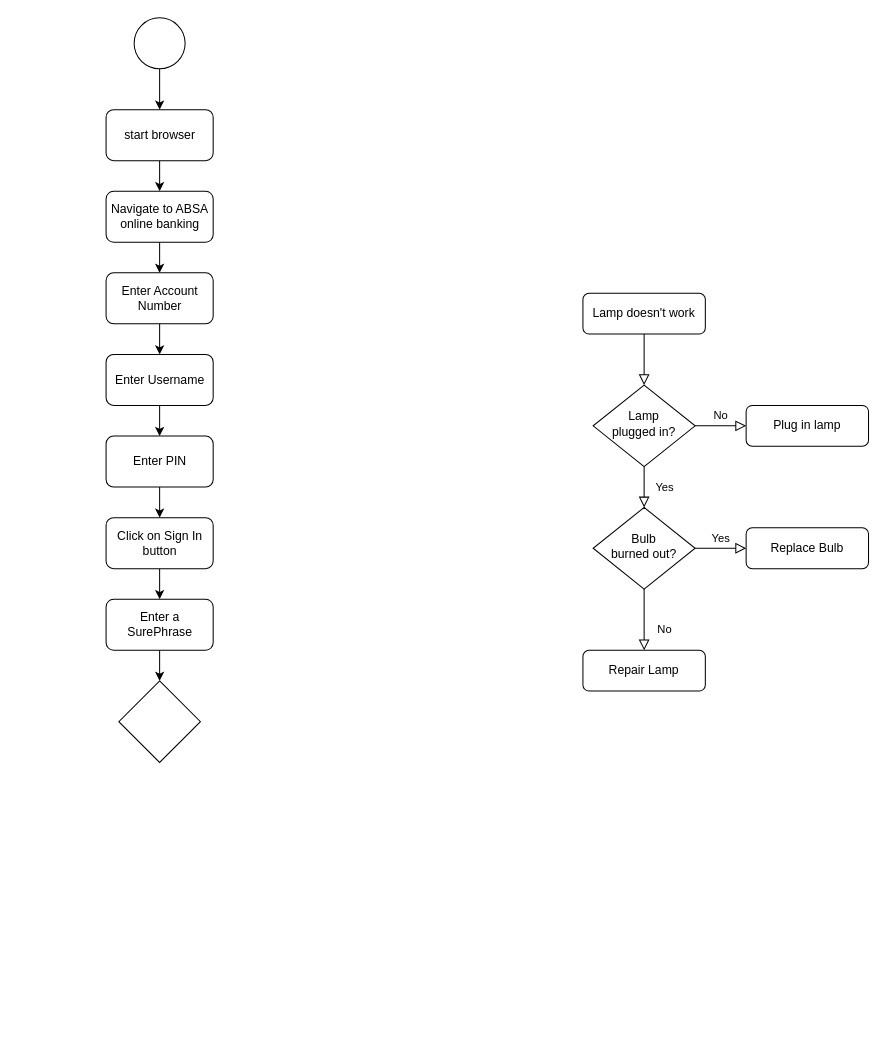
Earlier version of the draw.io diagram synthesis-bank-strategies.drawio (Burning-Bush-Ministries/bbm-api). Source tidied: cells renumbered, new cells numbered last; positions are measured from the earlier drawing's top-left corner, leaving out a move shared by most shapes. Both pictures are drawn from the tidied source at 102%, with x=0, y=0 at pixel (105, 17).
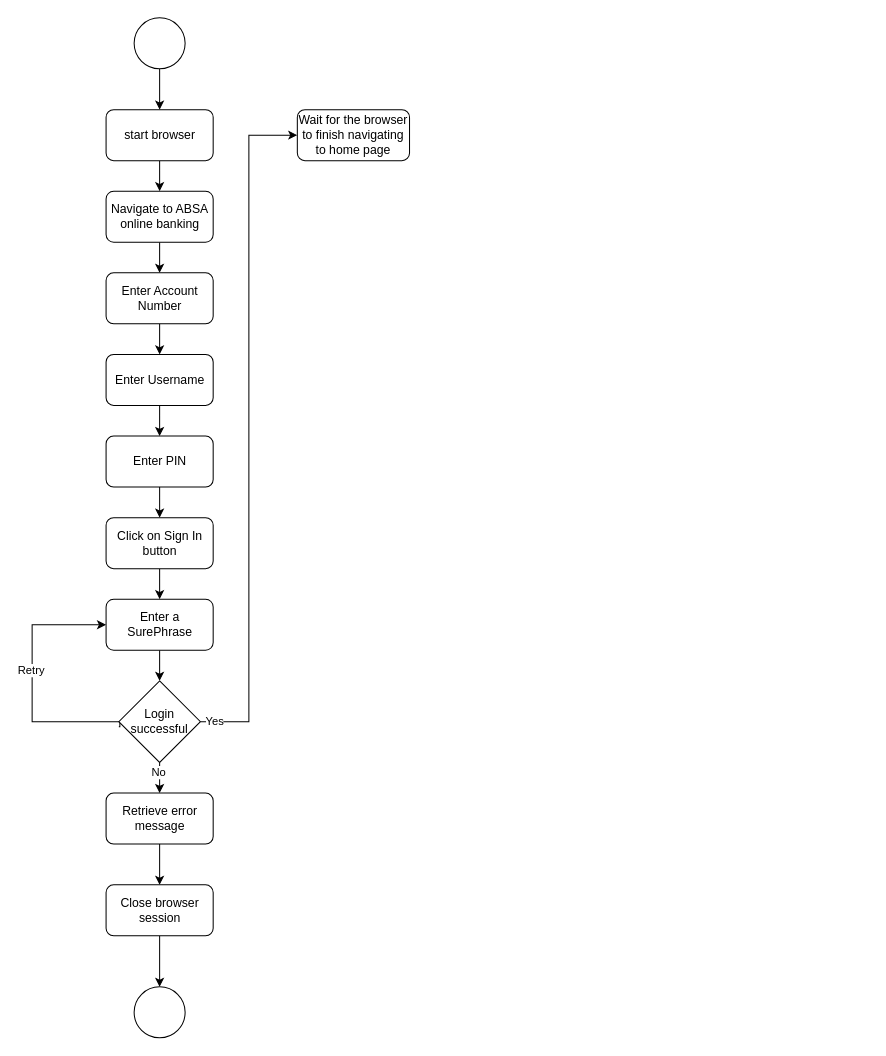
The same diagram, later.

Unchanged cells that the change refers to:
```xml
<mxCell id="28" value="Enter a SurePhrase" style="rounded=1;whiteSpace=wrap;html=1;" parent="1" vertex="1">
  <mxGeometry x="0.5" y="570" width="105" height="50" as="geometry" />
</mxCell>
```

The edit, as a diff of the source:
```diff
@@
-    <mxCell id="2" style="rounded=0;html=1;jettySize=auto;fontSize=11;endArrow=block;endFill=0;endSize=8;strokeWidth=1;shadow=0;labelBackgroundColor=none;edgeStyle=orthogonalEdgeStyle;" parent="1" edge="1" source="3" target="6">
-      <mxGeometry relative="1" as="geometry" />
-    </mxCell>
-    <mxCell id="3" value="Lamp doesn't work" style="rounded=1;whiteSpace=wrap;html=1;fontSize=12;glass=0;strokeWidth=1;shadow=0;" parent="1" vertex="1">
-      <mxGeometry x="468" y="270" width="120" height="40" as="geometry" />
-    </mxCell>
-    <mxCell id="4" value="Yes" style="rounded=0;html=1;jettySize=auto;fontSize=11;endArrow=block;endFill=0;endSize=8;strokeWidth=1;shadow=0;labelBackgroundColor=none;edgeStyle=orthogonalEdgeStyle;" parent="1" edge="1" source="6" target="10">
-      <mxGeometry y="20" relative="1" as="geometry" />
-    </mxCell>
-    <mxCell id="5" value="No" style="edgeStyle=orthogonalEdgeStyle;rounded=0;html=1;jettySize=auto;fontSize=11;endArrow=block;endFill=0;endSize=8;strokeWidth=1;shadow=0;labelBackgroundColor=none;" parent="1" edge="1" source="6" target="7">
-      <mxGeometry y="10" relative="1" as="geometry" />
-    </mxCell>
-    <mxCell id="6" value="Lamp&lt;br&gt;plugged in?" style="rhombus;whiteSpace=wrap;html=1;shadow=0;fontFamily=Helvetica;fontSize=12;align=center;strokeWidth=1;spacing=6;spacingTop=-4;" parent="1" vertex="1">
-      <mxGeometry x="478" y="360" width="100" height="80" as="geometry" />
-    </mxCell>
-    <mxCell id="7" value="Plug in lamp" style="rounded=1;whiteSpace=wrap;html=1;fontSize=12;glass=0;strokeWidth=1;shadow=0;" parent="1" vertex="1">
-      <mxGeometry x="628" y="380" width="120" height="40" as="geometry" />
-    </mxCell>
-    <mxCell id="8" value="No" style="rounded=0;html=1;jettySize=auto;fontSize=11;endArrow=block;endFill=0;endSize=8;strokeWidth=1;shadow=0;labelBackgroundColor=none;edgeStyle=orthogonalEdgeStyle;" parent="1" edge="1" source="10" target="11">
-      <mxGeometry x="0.33" y="20" relative="1" as="geometry" />
-    </mxCell>
-    <mxCell id="9" value="Yes" style="edgeStyle=orthogonalEdgeStyle;rounded=0;html=1;jettySize=auto;fontSize=11;endArrow=block;endFill=0;endSize=8;strokeWidth=1;shadow=0;labelBackgroundColor=none;" parent="1" edge="1" source="10" target="12">
-      <mxGeometry y="10" relative="1" as="geometry" />
-    </mxCell>
-    <mxCell id="10" value="Bulb&lt;br&gt;burned out?" style="rhombus;whiteSpace=wrap;html=1;shadow=0;fontFamily=Helvetica;fontSize=12;align=center;strokeWidth=1;spacing=6;spacingTop=-4;" parent="1" vertex="1">
-      <mxGeometry x="478" y="480" width="100" height="80" as="geometry" />
-    </mxCell>
-    <mxCell id="11" value="Repair Lamp" style="rounded=1;whiteSpace=wrap;html=1;fontSize=12;glass=0;strokeWidth=1;shadow=0;" parent="1" vertex="1">
-      <mxGeometry x="468" y="620" width="120" height="40" as="geometry" />
-    </mxCell>
-    <mxCell id="12" value="Replace Bulb" style="rounded=1;whiteSpace=wrap;html=1;fontSize=12;glass=0;strokeWidth=1;shadow=0;" parent="1" vertex="1">
-      <mxGeometry x="628" y="500" width="120" height="40" as="geometry" />
-    </mxCell>
@@
+    <mxCell id="30" style="edgeStyle=orthogonalEdgeStyle;rounded=0;jettySize=auto;html=1;" parent="1" edge="1" source="29" target="37">
+      <mxGeometry relative="1" as="geometry" />
+    </mxCell>
+    <mxCell id="31" value="No" style="edgeLabel;html=1;align=center;verticalAlign=middle;" parent="30" vertex="1">
+      <mxGeometry x="-0.66" y="-2" relative="1" as="geometry" />
+    </mxCell>
+    <mxCell id="32" style="edgeStyle=orthogonalEdgeStyle;rounded=0;jettySize=auto;html=1;entryX=0;entryY=0.5;entryDx=0;entryDy=0;" parent="1" edge="1" source="29" target="41">
+      <mxGeometry relative="1" as="geometry" />
+    </mxCell>
+    <mxCell id="33" value="Yes" style="edgeLabel;html=1;align=center;verticalAlign=middle;" parent="32" vertex="1">
+      <mxGeometry x="-0.96" y="1" relative="1" as="geometry" />
+    </mxCell>
+    <mxCell id="34" style="edgeStyle=orthogonalEdgeStyle;rounded=0;jettySize=auto;html=1;entryX=0;entryY=0.5;entryDx=0;entryDy=0;" parent="1" edge="1" target="28">
+      <mxGeometry relative="1" as="geometry">
+        <mxPoint x="13" y="695" as="sourcePoint" />
+        <Array as="points">
+          <mxPoint x="14" y="695" />
+          <mxPoint x="14" y="690" />
+          <mxPoint x="-72" y="690" />
+          <mxPoint x="-72" y="595" />
+        </Array>
+      </mxGeometry>
+    </mxCell>
+    <mxCell id="35" value="Retry" style="edgeLabel;html=1;align=center;verticalAlign=middle;" parent="34" vertex="1">
+      <mxGeometry x="0.1" y="2" relative="1" as="geometry" />
+    </mxCell>
-    <mxCell id="29" style="rhombus;whiteSpace=wrap;html=1;" parent="1" vertex="1">
+    <mxCell id="29" value="Login&lt;br&gt;successful" style="rhombus;whiteSpace=wrap;html=1;" parent="1" vertex="1">
       <mxGeometry x="13" y="650" width="80" height="80" as="geometry" />
     </mxCell>
+    <mxCell id="36" style="edgeStyle=orthogonalEdgeStyle;rounded=0;jettySize=auto;html=1;" parent="1" edge="1" source="37" target="39">
+      <mxGeometry relative="1" as="geometry" />
+    </mxCell>
+    <mxCell id="37" value="Retrieve error&lt;br&gt;message" style="rounded=1;whiteSpace=wrap;html=1;" parent="1" vertex="1">
+      <mxGeometry x="0.5" y="760" width="105" height="50" as="geometry" />
+    </mxCell>
+    <mxCell id="38" style="edgeStyle=orthogonalEdgeStyle;rounded=0;jettySize=auto;html=1;" parent="1" edge="1" source="39" target="40">
+      <mxGeometry relative="1" as="geometry" />
+    </mxCell>
+    <mxCell id="39" value="Close browser session" style="rounded=1;whiteSpace=wrap;html=1;" parent="1" vertex="1">
+      <mxGeometry x="0.5" y="850" width="105" height="50" as="geometry" />
+    </mxCell>
+    <mxCell id="40" style="ellipse;whiteSpace=wrap;html=1;" parent="1" vertex="1">
+      <mxGeometry x="28" y="950" width="50" height="50" as="geometry" />
+    </mxCell>
+    <mxCell id="41" value="Wait for the browser to finish navigating to home page" style="rounded=1;whiteSpace=wrap;html=1;" parent="1" vertex="1">
+      <mxGeometry x="188" y="90" width="110" height="50" as="geometry" />
+    </mxCell>
```
